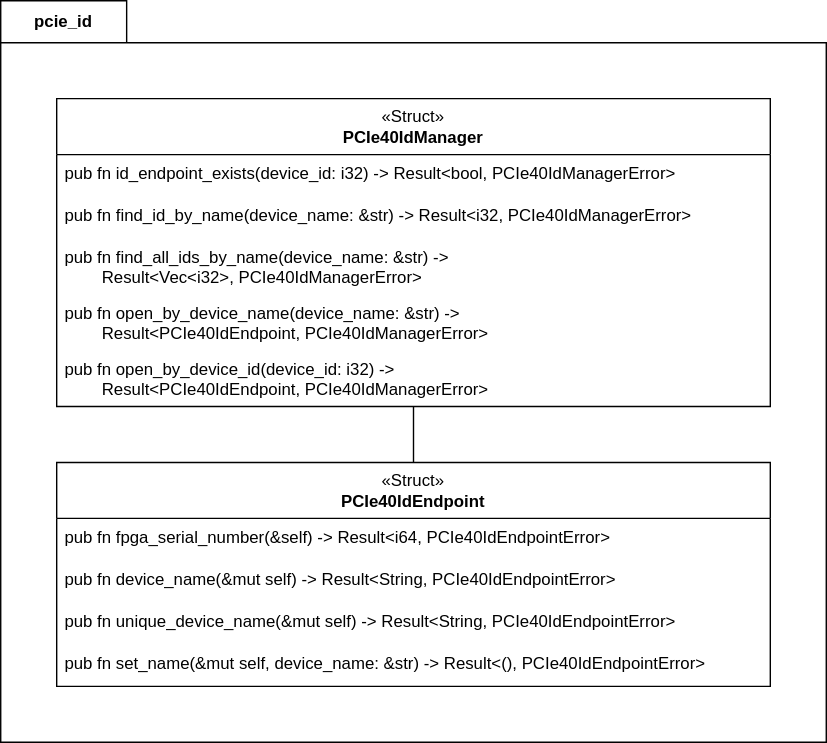
The draw.io diagram docs/assets/pcie40_id_diagram.svg in Tikitikitikidesuka/ibverbs-rs, before a commit. Source tidied: cells renumbered, new cells last; positions are measured from the earlier drawing's top-left corner, leaving out a move shared by most shapes. Its diagram source:
```xml
<mxGraphModel>
  <root>
    <mxCell id="0" />
    <mxCell id="1" parent="0" />
    <mxCell id="2" value="pcie_id" style="shape=folder;fontStyle=1;tabWidth=90;tabHeight=30;tabPosition=left;html=1;boundedLbl=1;labelInHeader=1;whiteSpace=wrap;" parent="1" vertex="1">
      <mxGeometry width="590" height="530" as="geometry" />
    </mxCell>
    <mxCell id="3" value="«Struct»&lt;br style=&quot;border-color: var(--border-color);&quot;&gt;&lt;b&gt;PCIe40IdManager&lt;/b&gt;" style="swimlane;fontStyle=0;horizontal=1;startSize=40;fillColor=none;whiteSpace=wrap;html=1;" parent="2" vertex="1">
      <mxGeometry x="40" y="70" width="510" height="220" as="geometry" />
    </mxCell>
    <mxCell id="4" value="pub fn id_endpoint_exists(device_id: i32) -&amp;gt; Result&amp;lt;bool, PCIe40IdManagerError&amp;gt;&amp;nbsp;" style="text;strokeColor=none;fillColor=none;align=left;verticalAlign=top;spacingLeft=4;spacingRight=4;overflow=hidden;whiteSpace=wrap;html=1;" parent="3" vertex="1">
      <mxGeometry y="40" width="510" height="30" as="geometry" />
    </mxCell>
    <mxCell id="5" value="pub fn find_id_by_name(device_name: &amp;amp;str) -&amp;gt; Result&amp;lt;i32, PCIe40IdManagerError&amp;gt;&amp;nbsp;" style="text;strokeColor=none;fillColor=none;align=left;verticalAlign=top;spacingLeft=4;spacingRight=4;overflow=hidden;whiteSpace=wrap;html=1;" parent="3" vertex="1">
      <mxGeometry y="70" width="510" height="30" as="geometry" />
    </mxCell>
    <mxCell id="6" value="pub fn find_all_ids_by_name(device_name: &amp;amp;str) -&amp;gt;&lt;br&gt;&lt;span style=&quot;white-space: pre;&quot;&gt;&#9;&lt;/span&gt;Result&amp;lt;Vec&amp;lt;i32&amp;gt;, PCIe40IdManagerError&amp;gt;&amp;nbsp;" style="text;strokeColor=none;fillColor=none;align=left;verticalAlign=top;spacingLeft=4;spacingRight=4;overflow=hidden;whiteSpace=wrap;html=1;" parent="3" vertex="1">
      <mxGeometry y="100" width="510" height="40" as="geometry" />
    </mxCell>
    <mxCell id="7" value="pub fn open_by_device_name(device_name: &amp;amp;str) -&amp;gt;&lt;br&gt;&lt;span style=&quot;white-space: pre;&quot;&gt;&#9;&lt;/span&gt;Result&amp;lt;PCIe40IdEndpoint, PCIe40IdManagerError&amp;gt;&amp;nbsp;" style="text;strokeColor=none;fillColor=none;align=left;verticalAlign=top;spacingLeft=4;spacingRight=4;overflow=hidden;whiteSpace=wrap;html=1;" parent="3" vertex="1">
      <mxGeometry y="140" width="510" height="40" as="geometry" />
    </mxCell>
    <mxCell id="8" value="pub fn open_by_device_id(device_id: i32) -&amp;gt;&lt;br&gt;&lt;span style=&quot;white-space: pre;&quot;&gt;&#9;&lt;/span&gt;Result&amp;lt;PCIe40IdEndpoint, PCIe40IdManagerError&amp;gt;" style="text;strokeColor=none;fillColor=none;align=left;verticalAlign=top;spacingLeft=4;spacingRight=4;overflow=hidden;whiteSpace=wrap;html=1;" parent="3" vertex="1">
      <mxGeometry y="180" width="510" height="40" as="geometry" />
    </mxCell>
    <mxCell id="9" value="«Struct»&lt;br style=&quot;border-color: var(--border-color);&quot;&gt;&lt;b style=&quot;border-color: var(--border-color);&quot;&gt;PCIe40IdEndpoint&lt;/b&gt;" style="swimlane;fontStyle=0;horizontal=1;startSize=40;fillColor=none;whiteSpace=wrap;html=1;" parent="2" vertex="1">
      <mxGeometry x="40" y="330" width="510" height="160" as="geometry" />
    </mxCell>
    <mxCell id="10" value="pub fn fpga_serial_number(&amp;amp;self) -&amp;gt; Result&amp;lt;i64, PCIe40IdEndpointError&amp;gt;&amp;nbsp;" style="text;strokeColor=none;fillColor=none;align=left;verticalAlign=top;spacingLeft=4;spacingRight=4;overflow=hidden;whiteSpace=wrap;html=1;" parent="9" vertex="1">
      <mxGeometry y="40" width="510" height="30" as="geometry" />
    </mxCell>
    <mxCell id="11" value="pub fn device_name(&amp;amp;mut self) -&amp;gt; Result&amp;lt;String, PCIe40IdEndpointError&amp;gt;&amp;nbsp;" style="text;strokeColor=none;fillColor=none;align=left;verticalAlign=top;spacingLeft=4;spacingRight=4;overflow=hidden;whiteSpace=wrap;html=1;" parent="9" vertex="1">
      <mxGeometry y="70" width="510" height="30" as="geometry" />
    </mxCell>
    <mxCell id="12" value="pub fn unique_device_name(&amp;amp;mut self) -&amp;gt; Result&amp;lt;String, PCIe40IdEndpointError&amp;gt;&amp;nbsp;" style="text;strokeColor=none;fillColor=none;align=left;verticalAlign=top;spacingLeft=4;spacingRight=4;overflow=hidden;whiteSpace=wrap;html=1;" parent="9" vertex="1">
      <mxGeometry y="100" width="510" height="30" as="geometry" />
    </mxCell>
    <mxCell id="13" value="pub fn set_name(&amp;amp;mut self, device_name: &amp;amp;str) -&amp;gt; Result&amp;lt;(), PCIe40IdEndpointError&amp;gt;" style="text;strokeColor=none;fillColor=none;align=left;verticalAlign=top;spacingLeft=4;spacingRight=4;overflow=hidden;whiteSpace=wrap;html=1;" parent="9" vertex="1">
      <mxGeometry y="130" width="510" height="30" as="geometry" />
    </mxCell>
    <mxCell id="14" style="endArrow=none;html=1;rounded=0;" parent="2" edge="1" source="9" target="3">
      <mxGeometry relative="1" as="geometry" />
    </mxCell>
  </root>
</mxGraphModel>
```
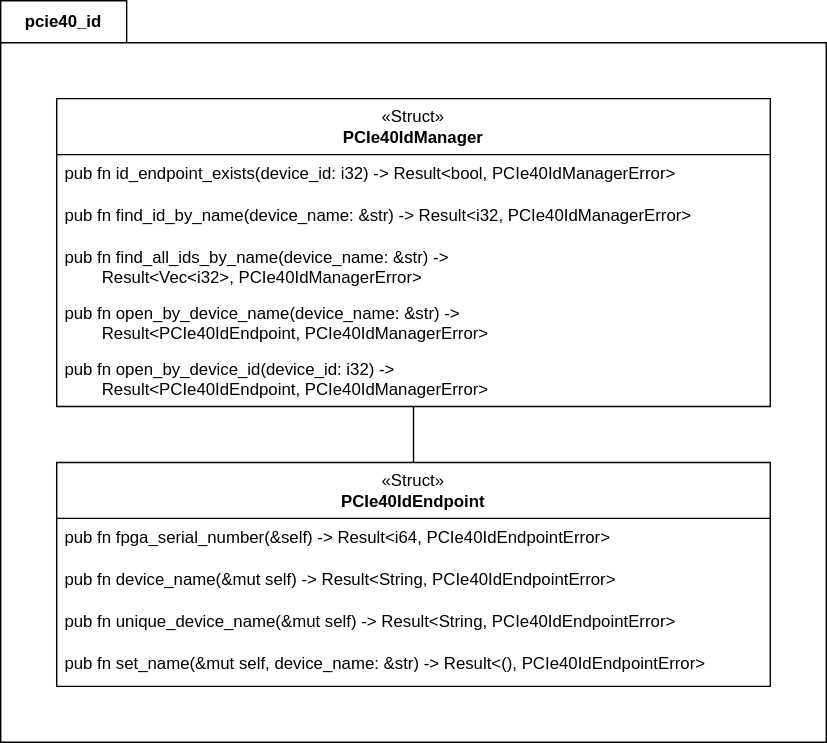
After the commit.

The edit, as a diff of the source:
```diff
@@ -2,7 +2,7 @@
   <root>
     <mxCell id="0" />
     <mxCell id="1" parent="0" />
-    <mxCell id="2" value="pcie_id" style="shape=folder;fontStyle=1;tabWidth=90;tabHeight=30;tabPosition=left;html=1;boundedLbl=1;labelInHeader=1;whiteSpace=wrap;" parent="1" vertex="1">
+    <mxCell id="2" value="pcie40_id" style="shape=folder;fontStyle=1;tabWidth=90;tabHeight=30;tabPosition=left;html=1;boundedLbl=1;labelInHeader=1;whiteSpace=wrap;" parent="1" vertex="1">
       <mxGeometry width="590" height="530" as="geometry" />
     </mxCell>
     <mxCell id="3" value="«Struct»&lt;br style=&quot;border-color: var(--border-color);&quot;&gt;&lt;b&gt;PCIe40IdManager&lt;/b&gt;" style="swimlane;fontStyle=0;horizontal=1;startSize=40;fillColor=none;whiteSpace=wrap;html=1;" parent="2" vertex="1">
```
